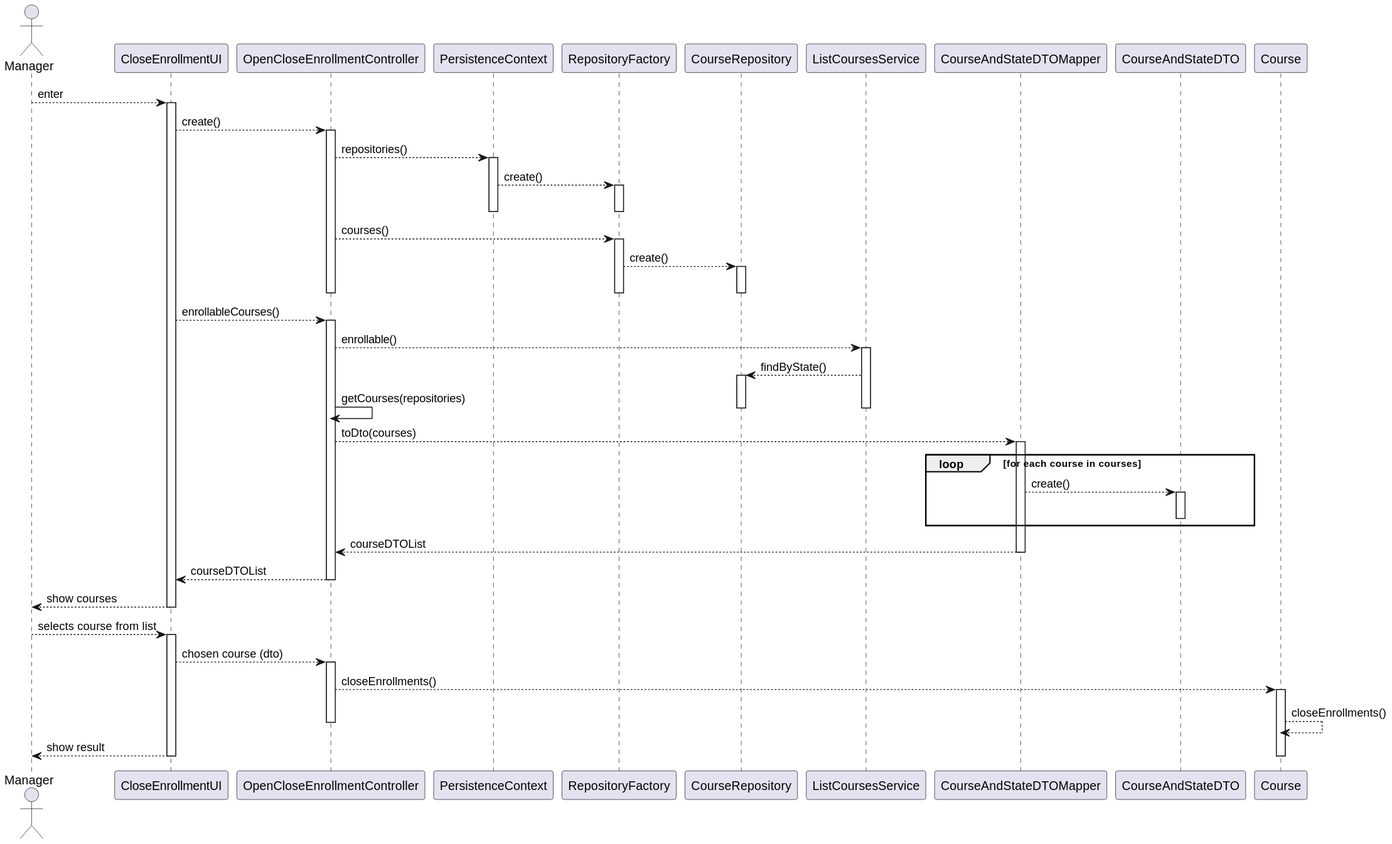
The PlantUML diagram docs/us_1003/closeEnrollmentSD.svg in jovami/isep-lapr4, before a commit.
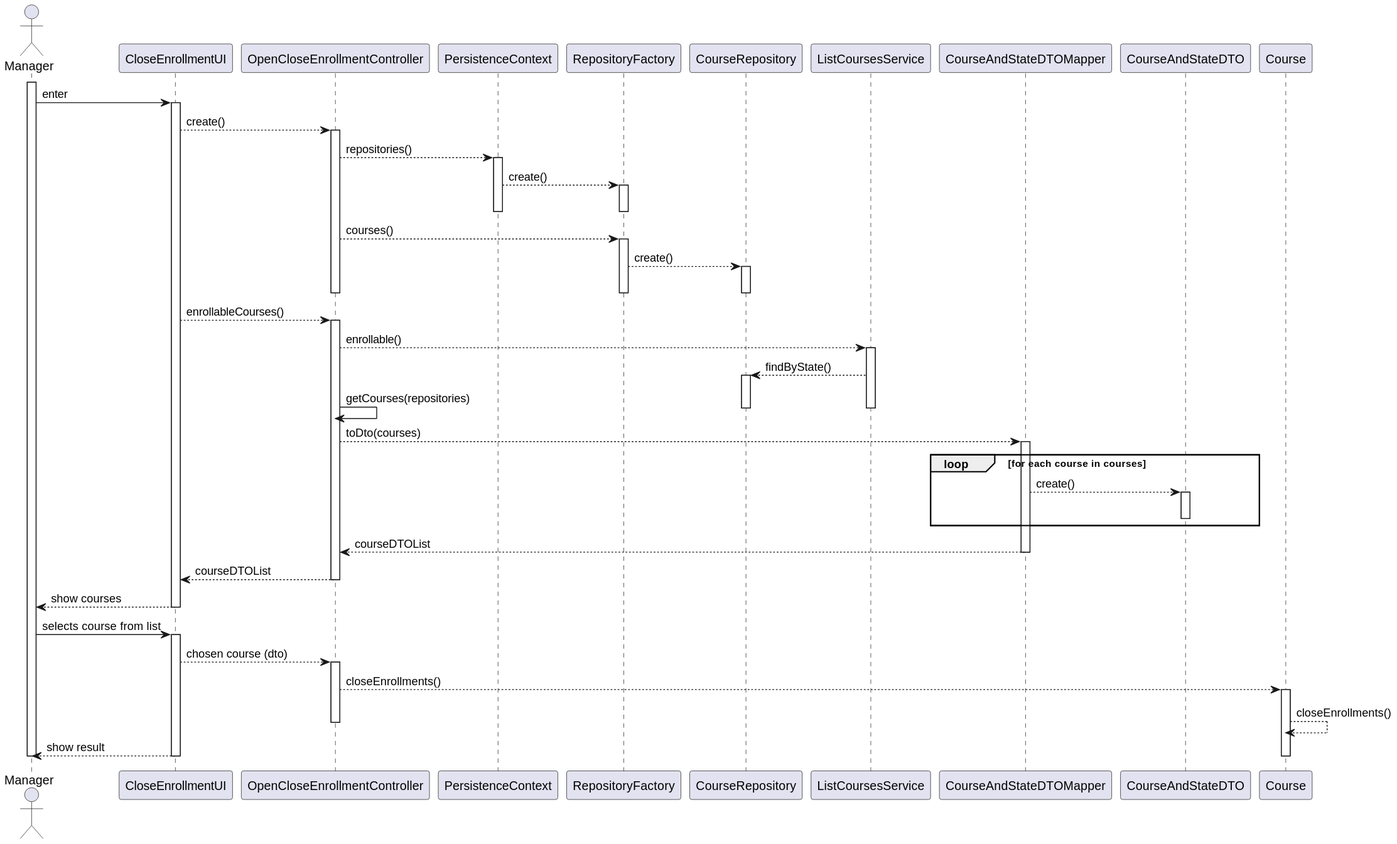
Above is the later version.

Diff of the diagram source:
```diff
@@ -14,7 +14,9 @@
 
 participant Course as course
 
-user --> ui: enter
+
+activate user
+user -> ui: enter
 
 activate ui
     ui --> ctrl: create()
@@ -61,7 +63,7 @@
     ui --> user: show courses
 deactivate ui
 
-user --> ui: selects course from list
+user -> ui: selects course from list
 activate ui
     ui --> ctrl: chosen course (dto)
     activate ctrl
@@ -76,4 +78,6 @@
     ui --> user: show result
     deactivate course
 deactivate ui
+
+deactivate user
 @enduml
```
